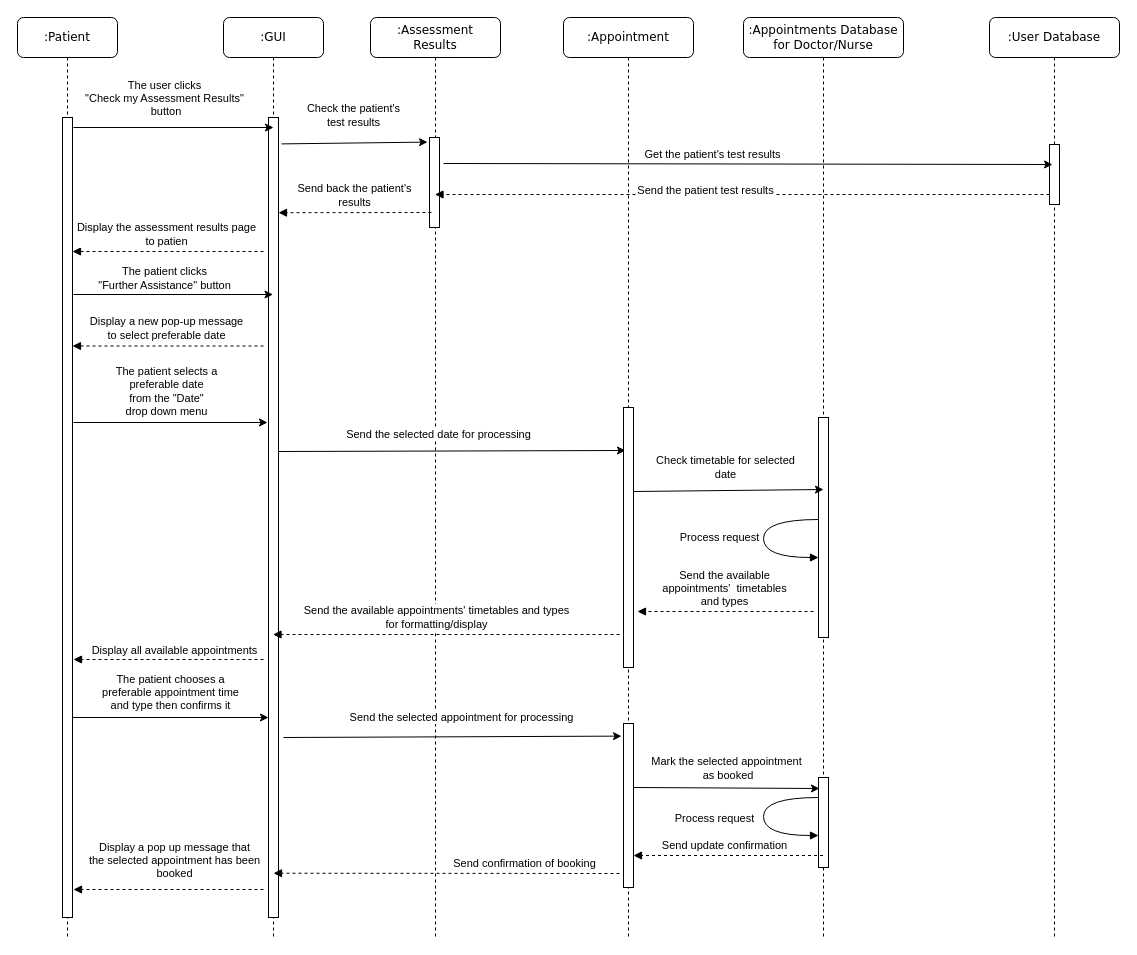
Earlier version of the draw.io diagram Project Milestone 2/Sequence_3.drawio (SENG-350-2024-fall/Team-6). Source tidied: cells renumbered, new cells numbered last; positions are measured from the earlier drawing's top-left corner, leaving out a move shared by most shapes. Both pictures are drawn from the tidied source at 100%, with x=0, y=0 at pixel (17, 17).
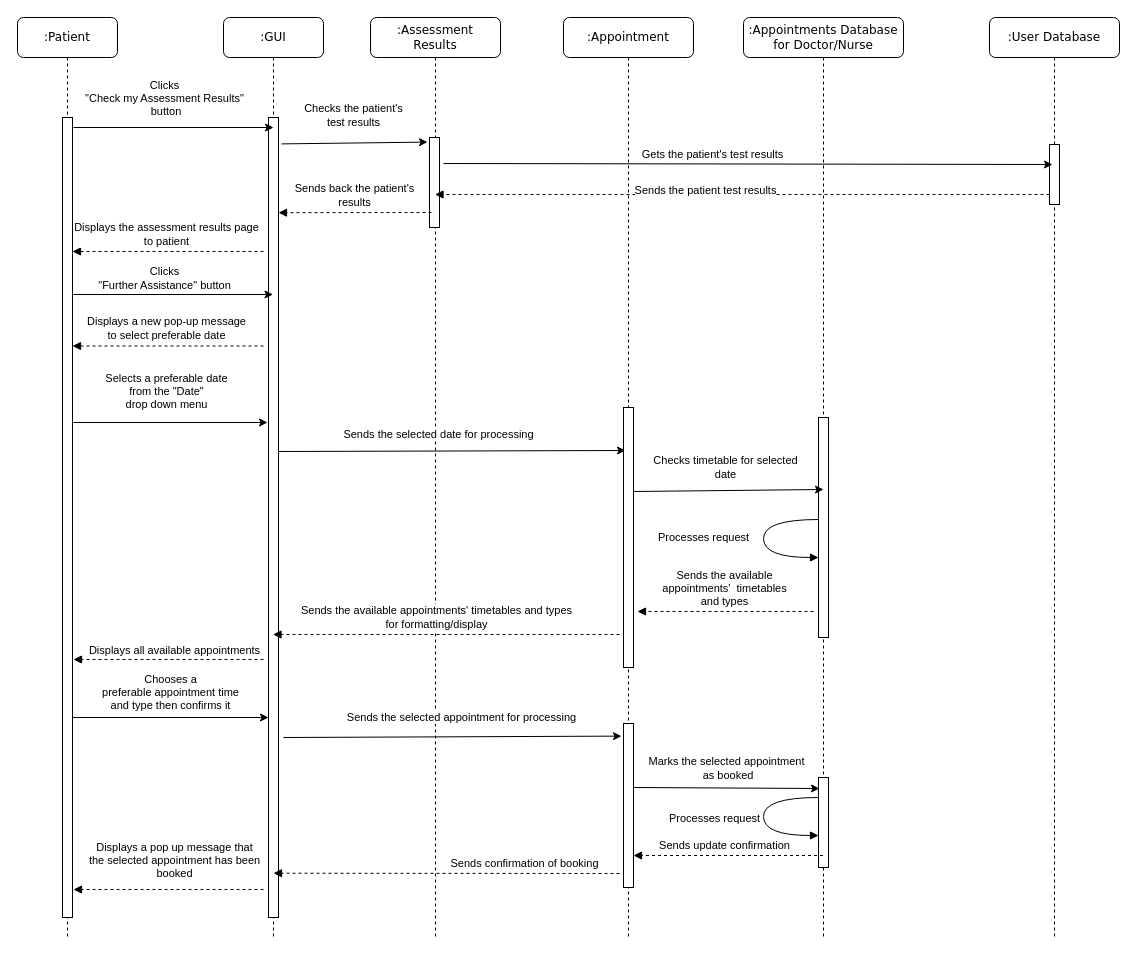
The same page after the edit.

The change refers to these unchanged cells:
```xml
<mxCell id="4" style="html=1;verticalAlign=bottom;labelBackgroundColor=none;endArrow=block;endFill=1;dashed=1;rounded=0;" parent="2" edge="1">
  <mxGeometry relative="1" as="geometry">
    <mxPoint x="40" y="328.5" as="sourcePoint" />
    <mxPoint x="-151" y="328.5" as="targetPoint" />
  </mxGeometry>
</mxCell>
<mxCell id="6" style="endArrow=classic;html=1;rounded=0;" parent="2" edge="1">
  <mxGeometry relative="1" as="geometry">
    <mxPoint x="-156" y="700" as="sourcePoint" />
    <mxPoint x="45" y="700" as="targetPoint" />
  </mxGeometry>
</mxCell>
<mxCell id="13" style="html=1;verticalAlign=bottom;labelBackgroundColor=none;endArrow=block;endFill=1;dashed=1;rounded=0;" parent="10" edge="1">
  <mxGeometry relative="1" as="geometry">
    <mxPoint x="70" y="594" as="sourcePoint" />
    <mxPoint x="-106" y="594" as="targetPoint" />
  </mxGeometry>
</mxCell>
<mxCell id="19" style="endArrow=classic;html=1;rounded=0;entryX=0.2;entryY=0.317;entryDx=0;entryDy=0;entryPerimeter=0;" parent="17" edge="1">
  <mxGeometry relative="1" as="geometry">
    <mxPoint x="-92" y="434" as="sourcePoint" />
    <mxPoint x="255" y="433" as="targetPoint" />
  </mxGeometry>
</mxCell>
<mxCell id="21" style="endArrow=classic;html=1;rounded=0;entryX=-0.2;entryY=0.133;entryDx=0;entryDy=0;entryPerimeter=0;exitX=1.3;exitY=0.033;exitDx=0;exitDy=0;exitPerimeter=0;" parent="17" edge="1" source="3">
  <mxGeometry relative="1" as="geometry">
    <mxPoint x="57" y="124.6" as="targetPoint" />
  </mxGeometry>
</mxCell>
<mxCell id="23" style="endArrow=classic;html=1;rounded=0;entryX=-0.2;entryY=0.077;entryDx=0;entryDy=0;entryPerimeter=0;" parent="17" edge="1" target="33">
  <mxGeometry relative="1" as="geometry">
    <mxPoint x="-87" y="720" as="sourcePoint" />
  </mxGeometry>
</mxCell>
<mxCell id="25" style="html=1;verticalAlign=bottom;labelBackgroundColor=none;endArrow=block;endFill=1;dashed=1;rounded=0;entryX=0.5;entryY=0.897;entryDx=0;entryDy=0;entryPerimeter=0;" parent="17" edge="1">
  <mxGeometry relative="1" as="geometry">
    <mxPoint x="249" y="856" as="sourcePoint" />
    <mxPoint x="-97" y="855.7" as="targetPoint" />
  </mxGeometry>
</mxCell>
<mxCell id="27" style="endArrow=classic;html=1;rounded=0;" parent="1" edge="1">
  <mxGeometry relative="1" as="geometry">
    <mxPoint x="56" y="110" as="sourcePoint" />
    <mxPoint x="256" y="110" as="targetPoint" />
  </mxGeometry>
</mxCell>
<mxCell id="29" style="html=1;verticalAlign=bottom;labelBackgroundColor=none;endArrow=block;endFill=1;dashed=1;rounded=0;" parent="1" edge="1">
  <mxGeometry relative="1" as="geometry">
    <mxPoint x="246" y="234" as="sourcePoint" />
    <mxPoint x="55" y="234" as="targetPoint" />
  </mxGeometry>
</mxCell>
<mxCell id="34" style="endArrow=classic;html=1;rounded=0;" parent="1" edge="1">
  <mxGeometry relative="1" as="geometry">
    <mxPoint x="56" y="277" as="sourcePoint" />
    <mxPoint x="255.5" y="277" as="targetPoint" />
  </mxGeometry>
</mxCell>
<mxCell id="36" style="endArrow=classic;html=1;rounded=0;" parent="1" edge="1">
  <mxGeometry relative="1" as="geometry">
    <mxPoint x="56" y="405" as="sourcePoint" />
    <mxPoint x="250" y="405" as="targetPoint" />
  </mxGeometry>
</mxCell>
<mxCell id="39" style="html=1;verticalAlign=bottom;labelBackgroundColor=none;endArrow=block;endFill=1;dashed=1;rounded=0;" parent="38" edge="1">
  <mxGeometry relative="1" as="geometry">
    <mxPoint x="60" y="177" as="sourcePoint" />
    <mxPoint x="-554.5" y="177" as="targetPoint" />
  </mxGeometry>
</mxCell>
<mxCell id="41" style="html=1;verticalAlign=bottom;labelBackgroundColor=none;endArrow=block;endFill=1;dashed=1;rounded=0;entryX=1.2;entryY=0.12;entryDx=0;entryDy=0;entryPerimeter=0;" parent="1" edge="1">
  <mxGeometry relative="1" as="geometry">
    <mxPoint x="414" y="195" as="sourcePoint" />
    <mxPoint x="261" y="195.2" as="targetPoint" />
  </mxGeometry>
</mxCell>
<mxCell id="43" style="endArrow=classic;html=1;rounded=0;entryX=0.5;entryY=0.108;entryDx=0;entryDy=0;entryPerimeter=0;" parent="1" edge="1">
  <mxGeometry relative="1" as="geometry">
    <mxPoint x="616" y="474" as="sourcePoint" />
    <mxPoint x="806" y="472" as="targetPoint" />
  </mxGeometry>
</mxCell>
<mxCell id="47" style="endArrow=classic;html=1;rounded=0;entryX=0.3;entryY=0.4;entryDx=0;entryDy=0;entryPerimeter=0;" parent="1" edge="1">
  <mxGeometry relative="1" as="geometry">
    <mxPoint x="426" y="146" as="sourcePoint" />
    <mxPoint x="1035" y="147" as="targetPoint" />
  </mxGeometry>
</mxCell>
<mxCell id="49" style="html=1;verticalAlign=bottom;labelBackgroundColor=none;endArrow=block;endFill=1;dashed=1;rounded=0;" parent="1" edge="1">
  <mxGeometry relative="1" as="geometry">
    <mxPoint x="602" y="617" as="sourcePoint" />
    <mxPoint x="255.5" y="617" as="targetPoint" />
  </mxGeometry>
</mxCell>
<mxCell id="51" style="html=1;verticalAlign=bottom;labelBackgroundColor=none;endArrow=block;endFill=1;dashed=1;rounded=0;" parent="1" edge="1">
  <mxGeometry relative="1" as="geometry">
    <mxPoint x="246" y="642" as="sourcePoint" />
    <mxPoint x="56" y="642" as="targetPoint" />
  </mxGeometry>
</mxCell>
<mxCell id="53" style="endArrow=classic;html=1;rounded=0;" parent="1" edge="1">
  <mxGeometry relative="1" as="geometry">
    <mxPoint x="616" y="770" as="sourcePoint" />
    <mxPoint x="802" y="771" as="targetPoint" />
  </mxGeometry>
</mxCell>
<mxCell id="55" style="html=1;verticalAlign=bottom;labelBackgroundColor=none;endArrow=block;endFill=1;dashed=1;rounded=0;" parent="1" edge="1">
  <mxGeometry relative="1" as="geometry">
    <mxPoint x="246" y="872" as="sourcePoint" />
    <mxPoint x="56" y="872" as="targetPoint" />
  </mxGeometry>
</mxCell>
<mxCell id="58" style="html=1;verticalAlign=bottom;labelBackgroundColor=none;endArrow=block;endFill=1;dashed=1;rounded=0;entryX=0.5;entryY=0.897;entryDx=0;entryDy=0;entryPerimeter=0;" parent="1" edge="1">
  <mxGeometry relative="1" as="geometry">
    <mxPoint x="805.5" y="838" as="sourcePoint" />
    <mxPoint x="616" y="838" as="targetPoint" />
  </mxGeometry>
</mxCell>
```

The edit, as a diff of the source:
```diff
@@
-    <mxCell id="5" value="Display a new pop-up message&lt;br&gt;to select preferable date" style="edgeLabel;html=1;align=center;verticalAlign=middle;" parent="4" vertex="1">
+    <mxCell id="5" value="Displays a new pop-up message&lt;br&gt;to select preferable date" style="edgeLabel;html=1;align=center;verticalAlign=middle;" parent="4" vertex="1">
       <mxGeometry x="0.1" y="-1" relative="1" as="geometry">
         <mxPoint x="7" y="-17" as="offset" />
       </mxGeometry>
     </mxCell>
@@
-    <mxCell id="7" value="The patient chooses a &lt;br&gt;preferable appointment time&lt;br&gt; and type then confirms it" style="edgeLabel;html=1;align=center;verticalAlign=middle;" parent="6" vertex="1">
+    <mxCell id="7" value="Chooses a &lt;br&gt;preferable appointment time&lt;br&gt; and type then confirms it" style="edgeLabel;html=1;align=center;verticalAlign=middle;" parent="6" vertex="1">
       <mxGeometry x="0.12" relative="1" as="geometry">
         <mxPoint x="-11" y="-26" as="offset" />
       </mxGeometry>
     </mxCell>
@@
-    <mxCell id="14" value="Send the available &lt;br&gt;appointments'&amp;nbsp; timetables&lt;br&gt;and types" style="edgeLabel;html=1;align=center;verticalAlign=middle;" parent="13" vertex="1">
+    <mxCell id="14" value="Sends the available &lt;br&gt;appointments'&amp;nbsp; timetables&lt;br&gt;and types" style="edgeLabel;html=1;align=center;verticalAlign=middle;" parent="13" vertex="1">
       <mxGeometry x="0.1" y="-1" relative="1" as="geometry">
         <mxPoint x="7" y="-23" as="offset" />
       </mxGeometry>
     </mxCell>
@@
-    <mxCell id="20" value="Send the selected date for processing" style="edgeLabel;html=1;align=center;verticalAlign=middle;" parent="19" vertex="1">
+    <mxCell id="20" value="Sends the selected date for processing" style="edgeLabel;html=1;align=center;verticalAlign=middle;" parent="19" vertex="1">
       <mxGeometry x="-0.14" y="3" relative="1" as="geometry">
         <mxPoint x="11" y="-14" as="offset" />
       </mxGeometry>
     </mxCell>
@@
-    <mxCell id="22" value="Check the patient's&lt;br&gt; test results" style="edgeLabel;html=1;align=center;verticalAlign=middle;" parent="21" vertex="1">
+    <mxCell id="22" value="Checks the patient's&lt;br&gt; test results" style="edgeLabel;html=1;align=center;verticalAlign=middle;" parent="21" vertex="1">
       <mxGeometry x="0.12" y="3" relative="1" as="geometry">
         <mxPoint x="-10" y="-25" as="offset" />
       </mxGeometry>
     </mxCell>
@@
-    <mxCell id="24" value="Send the selected appointment for processing" style="edgeLabel;html=1;align=center;verticalAlign=middle;" parent="23" vertex="1">
+    <mxCell id="24" value="Sends the selected appointment for processing" style="edgeLabel;html=1;align=center;verticalAlign=middle;" parent="23" vertex="1">
       <mxGeometry x="0.12" relative="1" as="geometry">
         <mxPoint x="-11" y="-20" as="offset" />
       </mxGeometry>
     </mxCell>
@@
-    <mxCell id="26" value="Send confirmation of booking" style="edgeLabel;html=1;align=center;verticalAlign=middle;" parent="25" vertex="1">
+    <mxCell id="26" value="Sends confirmation of booking" style="edgeLabel;html=1;align=center;verticalAlign=middle;" parent="25" vertex="1">
       <mxGeometry x="0.76" y="1" relative="1" as="geometry">
         <mxPoint x="209" y="-11" as="offset" />
       </mxGeometry>
     </mxCell>
@@
-    <mxCell id="28" value="&lt;div&gt;The user clicks&lt;/div&gt;&lt;div&gt;&quot;Check my Assessment Results&quot;&lt;/div&gt;&lt;div&gt;&amp;nbsp;button&lt;/div&gt;" style="edgeLabel;html=1;align=center;verticalAlign=middle;" parent="27" vertex="1">
+    <mxCell id="28" value="&lt;div&gt;Clicks&lt;/div&gt;&lt;div&gt;&quot;Check my Assessment Results&quot;&lt;/div&gt;&lt;div&gt;&amp;nbsp;button&lt;/div&gt;" style="edgeLabel;html=1;align=center;verticalAlign=middle;" parent="27" vertex="1">
       <mxGeometry x="0.12" y="3" relative="1" as="geometry">
         <mxPoint x="-22" y="-27" as="offset" />
       </mxGeometry>
     </mxCell>
@@
-    <mxCell id="30" value="Display the assessment results page &lt;br&gt;to patien" style="edgeLabel;html=1;align=center;verticalAlign=middle;" parent="29" vertex="1">
+    <mxCell id="30" value="Displays the assessment results page &lt;br&gt;to patient" style="edgeLabel;html=1;align=center;verticalAlign=middle;" parent="29" vertex="1">
       <mxGeometry x="0.1" y="-1" relative="1" as="geometry">
         <mxPoint x="7" y="-17" as="offset" />
       </mxGeometry>
     </mxCell>
@@
-    <mxCell id="35" value="The patient clicks &lt;br&gt;&quot;Further Assistance&quot; button" style="edgeLabel;html=1;align=center;verticalAlign=middle;" parent="34" vertex="1">
+    <mxCell id="35" value="Clicks &lt;br&gt;&quot;Further Assistance&quot; button" style="edgeLabel;html=1;align=center;verticalAlign=middle;" parent="34" vertex="1">
       <mxGeometry x="-0.14" y="3" relative="1" as="geometry">
         <mxPoint x="4" y="-14" as="offset" />
       </mxGeometry>
     </mxCell>
@@
-    <mxCell id="37" value="The patient selects a &lt;br&gt;preferable date&lt;br&gt;from the &quot;Date&quot; &lt;br&gt;drop down menu" style="edgeLabel;html=1;align=center;verticalAlign=middle;" parent="36" vertex="1">
+    <mxCell id="37" value="Selects a preferable date&lt;br&gt;from the &quot;Date&quot; &lt;br&gt;drop down menu" style="edgeLabel;html=1;align=center;verticalAlign=middle;" parent="36" vertex="1">
       <mxGeometry x="-0.14" y="3" relative="1" as="geometry">
         <mxPoint x="9" y="-29" as="offset" />
       </mxGeometry>
     </mxCell>
@@
-    <mxCell id="40" value="Send the patient test results" style="edgeLabel;html=1;align=center;verticalAlign=middle;" parent="39" vertex="1">
+    <mxCell id="40" value="Sends the patient test results" style="edgeLabel;html=1;align=center;verticalAlign=middle;" parent="39" vertex="1">
       <mxGeometry x="0.17" relative="1" as="geometry">
         <mxPoint x="14" y="-5" as="offset" />
       </mxGeometry>
     </mxCell>
@@
-    <mxCell id="42" value="Send back the patient's&lt;br&gt;results" style="edgeLabel;html=1;align=center;verticalAlign=middle;" parent="41" vertex="1">
+    <mxCell id="42" value="Sends back the patient's&lt;br&gt;results" style="edgeLabel;html=1;align=center;verticalAlign=middle;" parent="41" vertex="1">
       <mxGeometry x="0.1" y="-1" relative="1" as="geometry">
         <mxPoint x="7" y="-17" as="offset" />
       </mxGeometry>
     </mxCell>
@@
-    <mxCell id="44" value="Process request" style="edgeLabel;html=1;align=center;verticalAlign=middle;" parent="43" vertex="1">
+    <mxCell id="44" value="Processes request" style="edgeLabel;html=1;align=center;verticalAlign=middle;" parent="43" vertex="1">
       <mxGeometry x="0.01" y="1" relative="1" as="geometry">
-        <mxPoint x="-10" y="48" as="offset" />
+        <mxPoint x="-26" y="48" as="offset" />
       </mxGeometry>
     </mxCell>
-    <mxCell id="45" value="Check timetable for selected &lt;br&gt;date" style="edgeLabel;html=1;align=center;verticalAlign=middle;" parent="43" vertex="1">
+    <mxCell id="45" value="Checks timetable for selected &lt;br&gt;date" style="edgeLabel;html=1;align=center;verticalAlign=middle;" parent="43" vertex="1">
       <mxGeometry x="-0.03" y="1" relative="1" as="geometry">
         <mxPoint y="-23" as="offset" />
       </mxGeometry>
     </mxCell>
@@
-    <mxCell id="48" value="Get the patient's test results" style="edgeLabel;html=1;align=center;verticalAlign=middle;" parent="47" vertex="1">
+    <mxCell id="48" value="Gets the patient's test results" style="edgeLabel;html=1;align=center;verticalAlign=middle;" parent="47" vertex="1">
       <mxGeometry x="-0.12" y="2" relative="1" as="geometry">
         <mxPoint y="-8" as="offset" />
       </mxGeometry>
     </mxCell>
@@
-    <mxCell id="50" value="Send the available appointments' timetables and types&lt;br&gt;for formatting/display" style="edgeLabel;html=1;align=center;verticalAlign=middle;" parent="49" vertex="1">
+    <mxCell id="50" value="Sends the available appointments' timetables and types&lt;br&gt;for formatting/display" style="edgeLabel;html=1;align=center;verticalAlign=middle;" parent="49" vertex="1">
       <mxGeometry x="0.1" y="-1" relative="1" as="geometry">
         <mxPoint x="7" y="-17" as="offset" />
       </mxGeometry>
     </mxCell>
@@
-    <mxCell id="52" value="Display all available appointments" style="edgeLabel;html=1;align=center;verticalAlign=middle;" parent="51" vertex="1">
+    <mxCell id="52" value="Displays all available appointments" style="edgeLabel;html=1;align=center;verticalAlign=middle;" parent="51" vertex="1">
       <mxGeometry x="-0.05" y="2" relative="1" as="geometry">
         <mxPoint y="-12" as="offset" />
       </mxGeometry>
     </mxCell>
@@
-    <mxCell id="54" value="&lt;div&gt;Mark the selected appointment&lt;/div&gt;&lt;div&gt;&amp;nbsp;as booked&lt;/div&gt;" style="edgeLabel;html=1;align=center;verticalAlign=middle;" parent="53" vertex="1">
+    <mxCell id="54" value="&lt;div&gt;Marks the selected appointment&lt;/div&gt;&lt;div&gt;&amp;nbsp;as booked&lt;/div&gt;" style="edgeLabel;html=1;align=center;verticalAlign=middle;" parent="53" vertex="1">
       <mxGeometry x="0.12" relative="1" as="geometry">
         <mxPoint x="-11" y="-20" as="offset" />
       </mxGeometry>
     </mxCell>
@@
-    <mxCell id="56" value="Display a pop up message that &lt;br&gt;the selected appointment has been &lt;br&gt;booked" style="edgeLabel;html=1;align=center;verticalAlign=middle;" parent="55" vertex="1">
+    <mxCell id="56" value="Displays a pop up message that &lt;br&gt;the selected appointment has been &lt;br&gt;booked" style="edgeLabel;html=1;align=center;verticalAlign=middle;" parent="55" vertex="1">
       <mxGeometry x="0.76" y="1" relative="1" as="geometry">
         <mxPoint x="77" y="-31" as="offset" />
       </mxGeometry>
     </mxCell>
-    <mxCell id="57" value="Process request" style="edgeLabel;html=1;align=center;verticalAlign=middle;" parent="1" vertex="1">
+    <mxCell id="57" value="Processes request" style="edgeLabel;html=1;align=center;verticalAlign=middle;" parent="1" vertex="1">
       <mxGeometry x="696" y="800" as="geometry" />
     </mxCell>
@@
-    <mxCell id="59" value="Send update confirmation" style="edgeLabel;html=1;align=center;verticalAlign=middle;" parent="58" vertex="1">
+    <mxCell id="59" value="Sends update confirmation" style="edgeLabel;html=1;align=center;verticalAlign=middle;" parent="58" vertex="1">
       <mxGeometry x="0.76" y="1" relative="1" as="geometry">
         <mxPoint x="68" y="-12" as="offset" />
       </mxGeometry>
     </mxCell>
```
